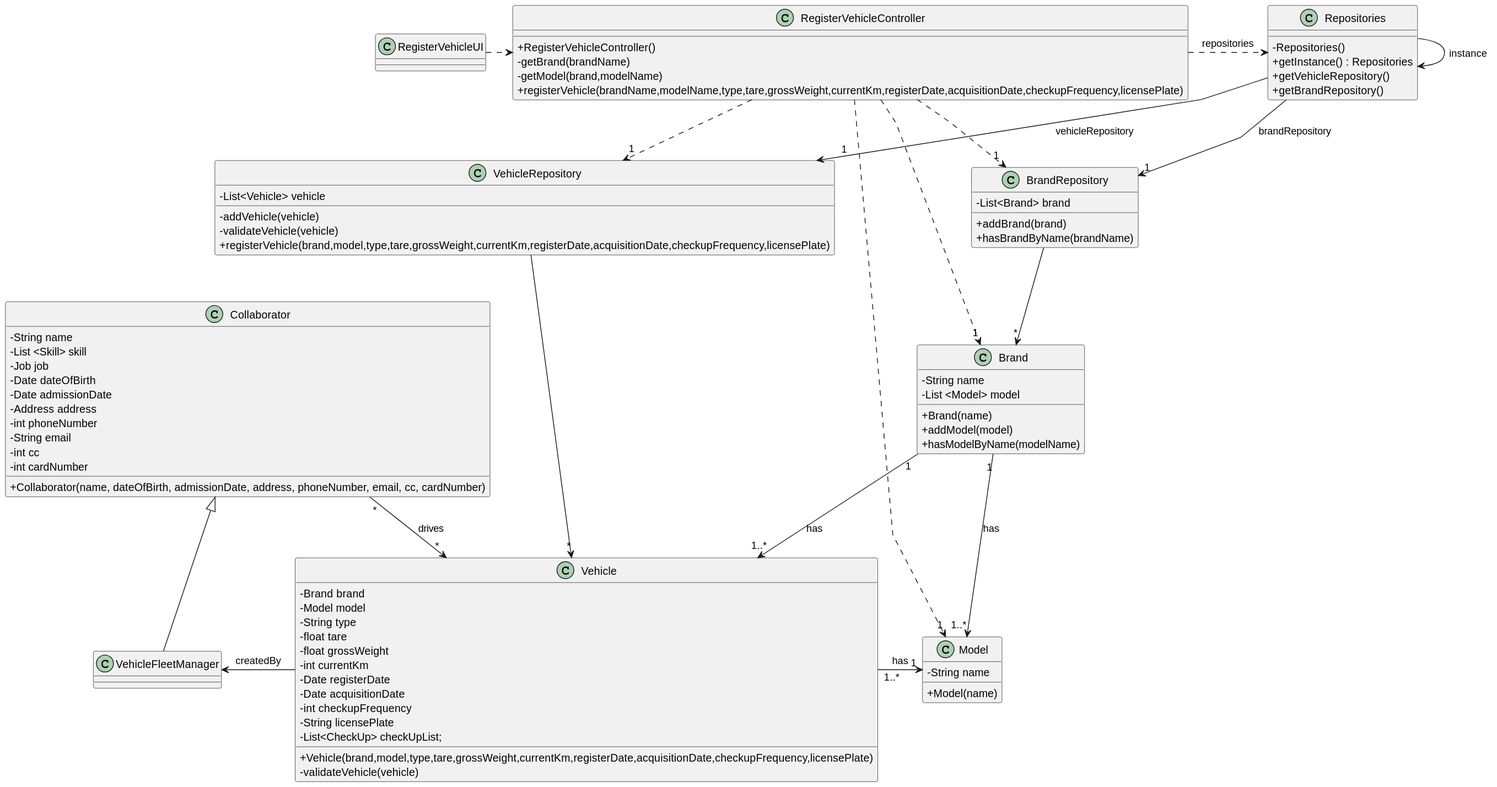
Earlier version of the PlantUML export docs/sprint2/us06/03.design/svg/us06-class-diagram.svg (Departamento-de-Engenharia-Informatica/lei-24-s2-1db-g022).
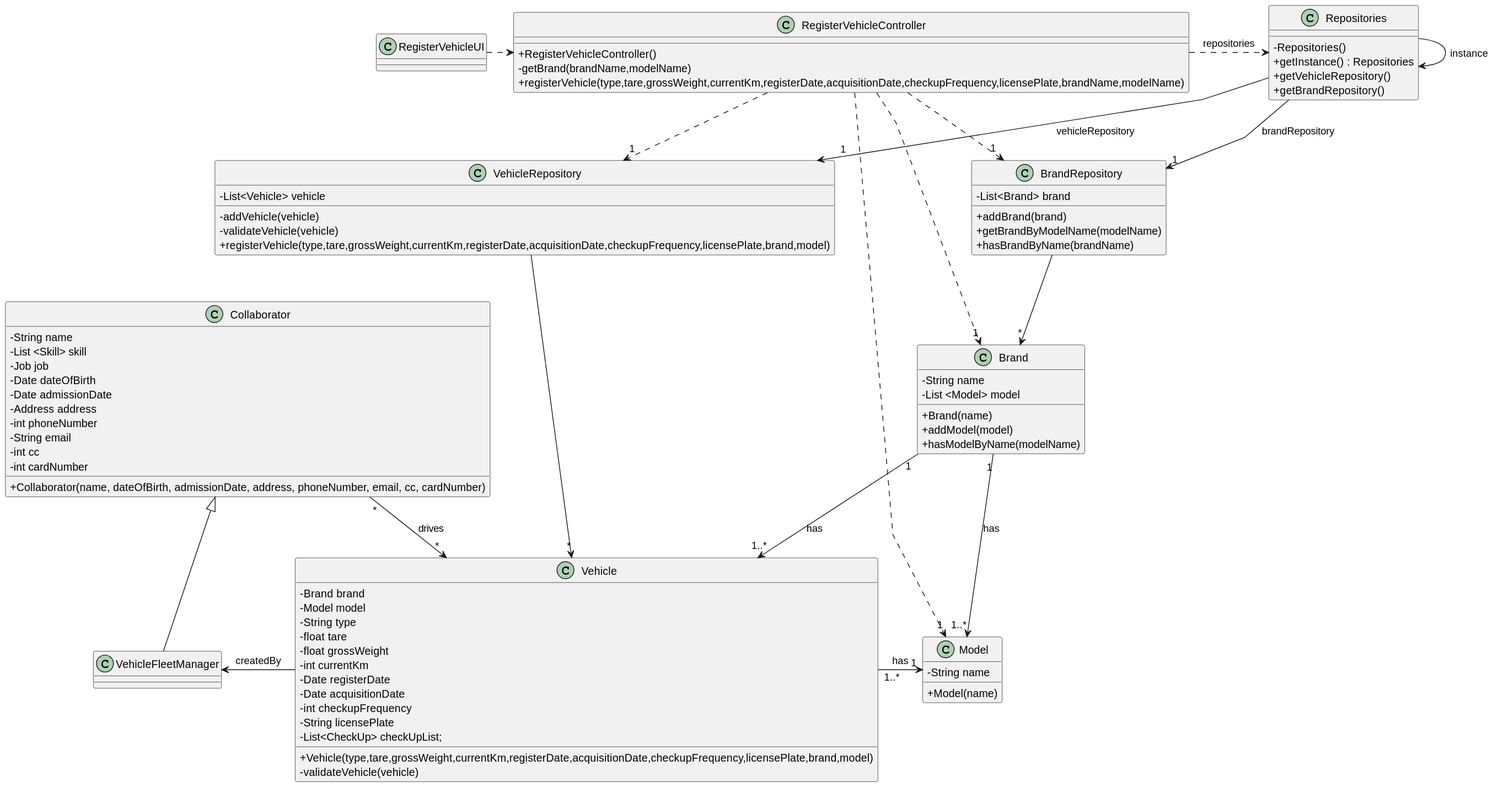
Later version of the same file.

What changed in the source:
```diff
@@ -34,16 +34,15 @@
     -String licensePlate
     -List<CheckUp> checkUpList;
 
-    +Vehicle(brand,model,type,tare,grossWeight,currentKm,registerDate,acquisitionDate,checkupFrequency,licensePlate)
+    +Vehicle(type,tare,grossWeight,currentKm,registerDate,acquisitionDate,checkupFrequency,licensePlate,brand,model)
     -validateVehicle(vehicle)
 }
 
 class RegisterVehicleController {
 
     +RegisterVehicleController()
-    -getBrand(brandName)
-    -getModel(brand,modelName)
-    +registerVehicle(brandName,modelName,type,tare,grossWeight,currentKm,registerDate,acquisitionDate,checkupFrequency,licensePlate)
+    -getBrand(brandName,modelName)
+    +registerVehicle(type,tare,grossWeight,currentKm,registerDate,acquisitionDate,checkupFrequency,licensePlate,brandName,modelName)
 }
 
 class RegisterVehicleUI {
@@ -80,13 +79,14 @@
 
     -addVehicle(vehicle)
     -validateVehicle(vehicle)
-    +registerVehicle(brand,model,type,tare,grossWeight,currentKm,registerDate,acquisitionDate,checkupFrequency,licensePlate)
+    +registerVehicle(type,tare,grossWeight,currentKm,registerDate,acquisitionDate,checkupFrequency,licensePlate,brand,model)
 }
 
 class BrandRepository {
     -List<Brand> brand
 
     +addBrand(brand)
+    +getBrandByModelName(modelName)
     +hasBrandByName(brandName)
 }
 
```
